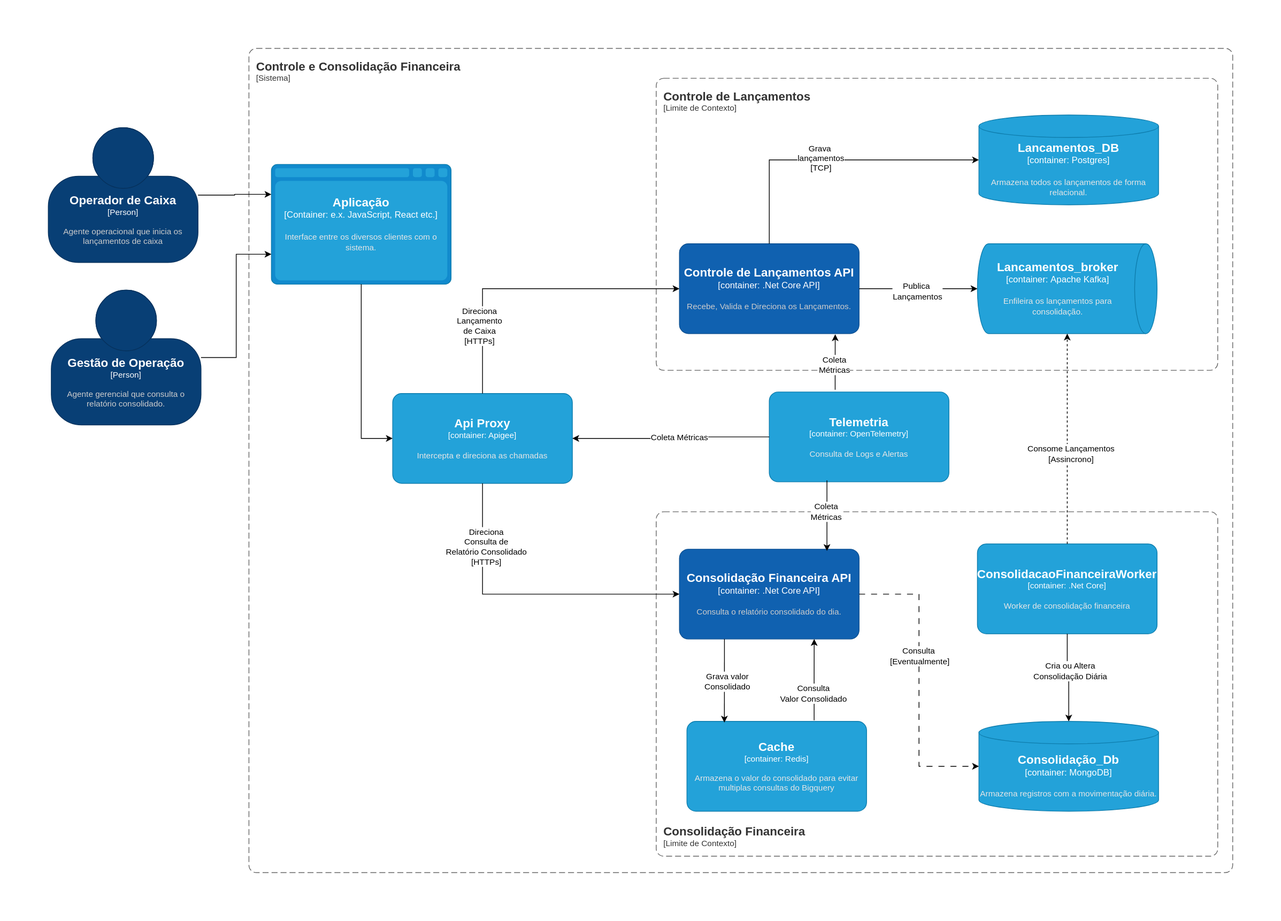
Earlier version of the draw.io export docs/diagramasC4/c2.svg (ovinifalcao/ControleEConsolidacaoDeLancamentos). Source tidied: cells renumbered, new cells last; positions are measured from the earlier drawing's top-left corner, leaving out a move shared by most shapes.
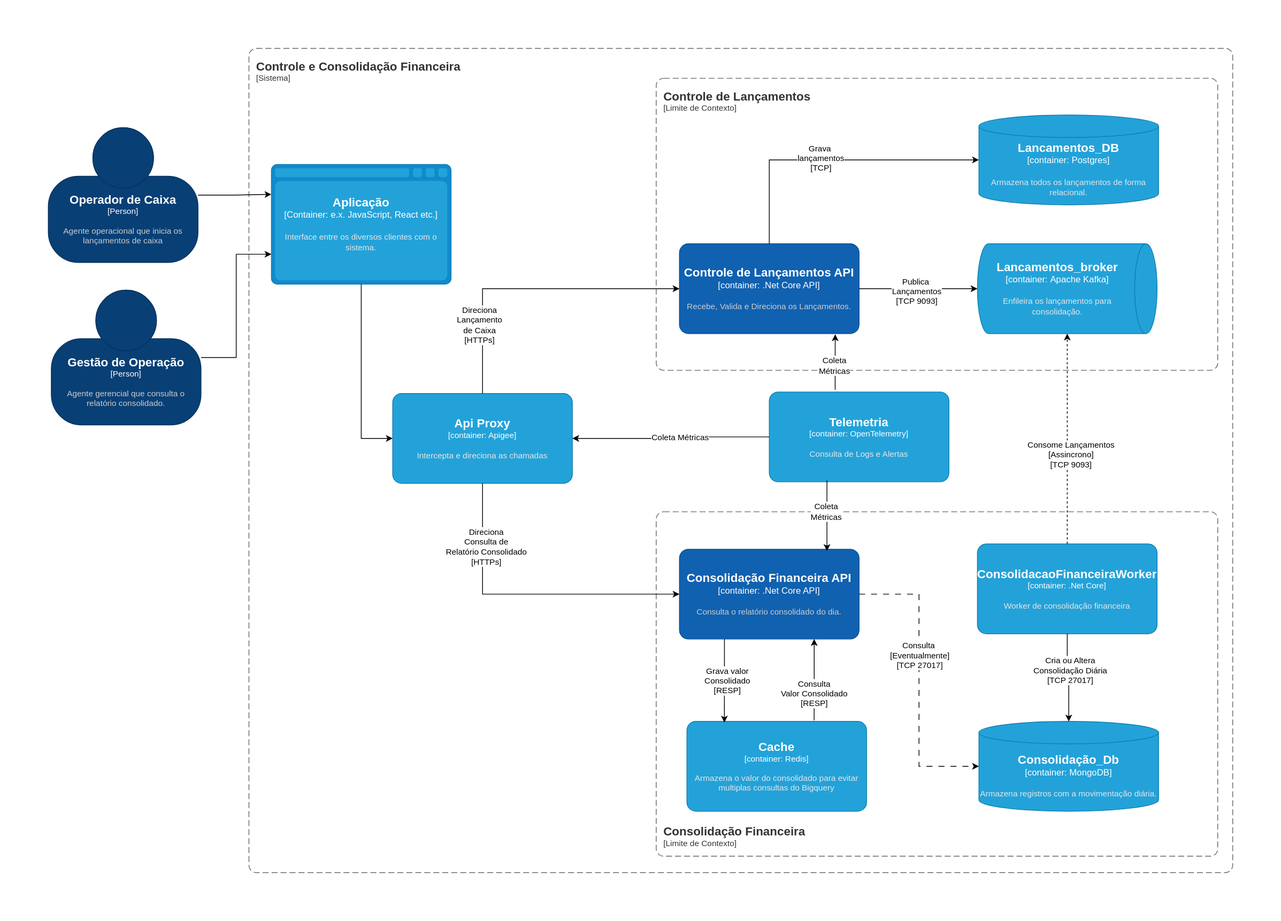
Above is the later version.

Diff of the diagram source:
```diff
@@ -56,13 +56,13 @@
     <mxCell id="13" style="edgeStyle=orthogonalEdgeStyle;rounded=0;jettySize=auto;html=1;entryX=1;entryY=0.5;entryDx=0;entryDy=0;entryPerimeter=0;dashed=1;" parent="1" edge="1" source="12" target="5">
       <mxGeometry relative="1" as="geometry" />
     </mxCell>
-    <mxCell id="14" value="Consome Lançamentos&lt;div&gt;[Assincrono]&lt;/div&gt;" style="edgeLabel;html=1;align=center;verticalAlign=middle;" parent="13" vertex="1">
+    <mxCell id="14" value="Consome Lançamentos&lt;div&gt;[Assincrono]&lt;/div&gt;&lt;div&gt;[TCP 9093]&lt;/div&gt;" style="edgeLabel;html=1;align=center;verticalAlign=middle;" parent="13" vertex="1">
       <mxGeometry x="-0.14" y="-4" relative="1" as="geometry" />
     </mxCell>
     <mxCell id="15" style="edgeStyle=orthogonalEdgeStyle;rounded=0;jettySize=auto;html=1;entryX=0.5;entryY=0;entryDx=0;entryDy=0;entryPerimeter=0;" parent="1" edge="1" source="12" target="11">
       <mxGeometry relative="1" as="geometry" />
     </mxCell>
-    <mxCell id="16" value="Cria ou Altera&lt;div&gt;Consolidação Diária&lt;/div&gt;" style="edgeLabel;html=1;align=center;verticalAlign=middle;" parent="15" vertex="1">
+    <mxCell id="16" value="Cria ou Altera&lt;div&gt;Consolidação Diária&lt;/div&gt;&lt;div&gt;[TCP 27017]&lt;/div&gt;" style="edgeLabel;html=1;align=center;verticalAlign=middle;" parent="15" vertex="1">
       <mxGeometry x="-0.18" y="3" relative="1" as="geometry" />
     </mxCell>
     <object id="17" label="&lt;font style=&quot;font-size: 16px&quot;&gt;&lt;b&gt;%c4Name%&lt;/b&gt;&lt;/font&gt;&lt;div&gt;[%c4Type%: %c4Technology%]&lt;/div&gt;&lt;br&gt;&lt;div&gt;&lt;font style=&quot;font-size: 11px&quot;&gt;&lt;font color=&quot;#E6E6E6&quot;&gt;%c4Description%&lt;/font&gt;&lt;/div&gt;" c4Description="Armazena o valor do consolidado para evitar multiplas consultas do Bigquery" c4Name="Cache" c4Technology="Redis" c4Type="container" placeholders="1">
@@ -76,7 +76,7 @@
         <mxPoint x="903.1" y="900.6" as="targetPoint" />
       </mxGeometry>
     </mxCell>
-    <mxCell id="19" value="Grava valor&lt;div&gt;Consolidado&lt;/div&gt;" style="edgeLabel;html=1;align=center;verticalAlign=middle;" parent="18" vertex="1">
+    <mxCell id="19" value="Grava valor&lt;div&gt;Consolidado&lt;/div&gt;&lt;div&gt;[RESP]&lt;/div&gt;" style="edgeLabel;html=1;align=center;verticalAlign=middle;" parent="18" vertex="1">
       <mxGeometry x="-0.02" y="3" relative="1" as="geometry">
         <mxPoint y="1" as="offset" />
       </mxGeometry>
@@ -84,7 +84,7 @@
     <mxCell id="20" style="edgeStyle=orthogonalEdgeStyle;rounded=0;jettySize=auto;html=1;entryX=0;entryY=0.5;entryDx=0;entryDy=0;entryPerimeter=0;dashed=1;dashPattern=8 8;" parent="1" edge="1" source="9" target="11">
       <mxGeometry relative="1" as="geometry" />
     </mxCell>
-    <mxCell id="21" value="Consulta&amp;nbsp;&lt;div&gt;[Eventualmente]&lt;/div&gt;" style="edgeLabel;html=1;align=center;verticalAlign=middle;" parent="20" vertex="1">
+    <mxCell id="21" value="Consulta&amp;nbsp;&lt;div&gt;[Eventualmente]&lt;/div&gt;&lt;div&gt;[TCP 27017]&lt;/div&gt;" style="edgeLabel;html=1;align=center;verticalAlign=middle;" parent="20" vertex="1">
       <mxGeometry x="0.14" y="-2" relative="1" as="geometry">
         <mxPoint x="2" y="-61" as="offset" />
       </mxGeometry>
@@ -92,7 +92,7 @@
     <mxCell id="22" style="edgeStyle=orthogonalEdgeStyle;rounded=0;jettySize=auto;html=1;entryX=0.75;entryY=1;entryDx=0;entryDy=0;entryPerimeter=0;exitX=0.708;exitY=-0.012;exitDx=0;exitDy=0;exitPerimeter=0;" parent="1" edge="1" source="17" target="9">
       <mxGeometry relative="1" as="geometry" />
     </mxCell>
-    <mxCell id="23" value="Consulta&lt;div&gt;Valor Consolidado&lt;/div&gt;" style="edgeLabel;html=1;align=center;verticalAlign=middle;" parent="22" vertex="1">
+    <mxCell id="23" value="Consulta&lt;div&gt;Valor Consolidado&lt;/div&gt;&lt;div&gt;[RESP]&lt;/div&gt;" style="edgeLabel;html=1;align=center;verticalAlign=middle;" parent="22" vertex="1">
       <mxGeometry x="-0.32" y="1" relative="1" as="geometry">
         <mxPoint y="1" as="offset" />
       </mxGeometry>
@@ -155,7 +155,7 @@
     <mxCell id="37" style="edgeStyle=orthogonalEdgeStyle;rounded=0;jettySize=auto;html=1;entryX=0.5;entryY=1;entryDx=0;entryDy=0;entryPerimeter=0;" parent="1" edge="1" source="2" target="5">
       <mxGeometry relative="1" as="geometry" />
     </mxCell>
-    <mxCell id="38" value="Publica&amp;nbsp;&lt;div&gt;Lançamentos&lt;/div&gt;" style="edgeLabel;html=1;align=center;verticalAlign=middle;" parent="37" vertex="1">
+    <mxCell id="38" value="Publica&amp;nbsp;&lt;div&gt;Lançamentos&lt;/div&gt;&lt;div&gt;[TCP 9093]&lt;/div&gt;" style="edgeLabel;html=1;align=center;verticalAlign=middle;" parent="37" vertex="1">
       <mxGeometry x="-0.03" y="-3" relative="1" as="geometry" />
     </mxCell>
     <object id="39" label="&lt;font style=&quot;font-size: 16px&quot;&gt;&lt;b&gt;&lt;div style=&quot;text-align: left&quot;&gt;%c4Name%&lt;/div&gt;&lt;/b&gt;&lt;/font&gt;&lt;div style=&quot;text-align: left&quot;&gt;[%c4Application%]&lt;/div&gt;" c4Application="Sistema" c4Name="Controle e Consolidação Financeira" c4Type="SystemScopeBoundary" placeholders="1">
```
